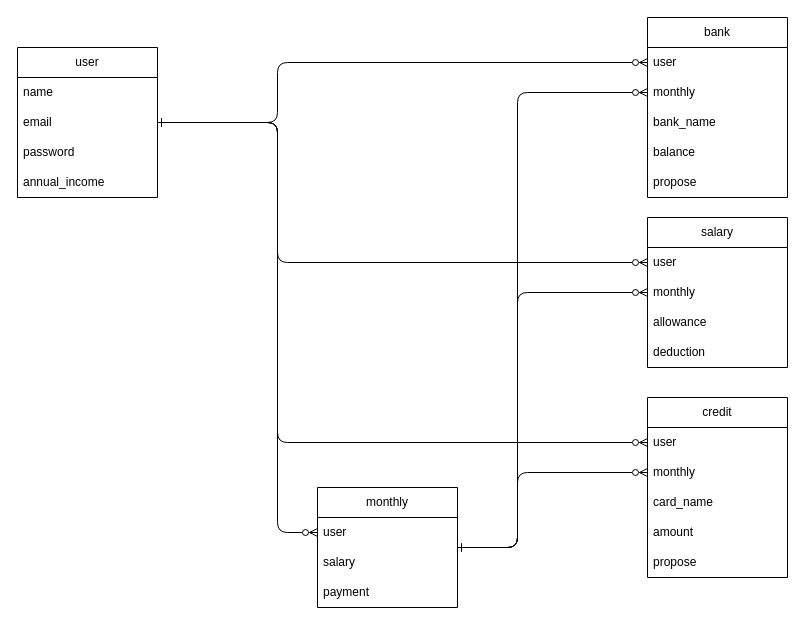
The draw.io diagram home_abbp.dio in Yuya7124/home_abbp, before the edit. Source tidied: cells renumbered, new cells numbered last; positions are measured from the earlier drawing's top-left corner, leaving out a move shared by most shapes. Both pictures are drawn from the tidied source at 100%, with x=0, y=0 at pixel (17, 17).
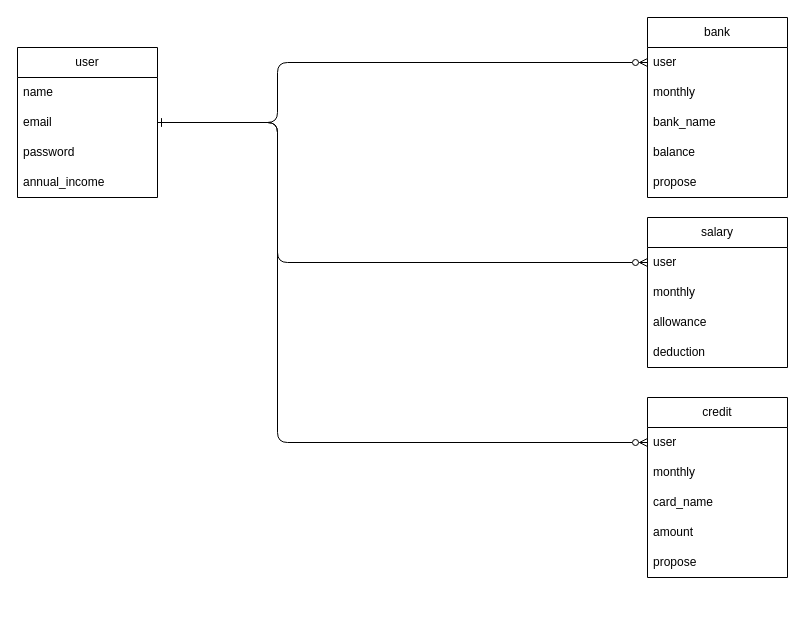
The same diagram, later.

Unchanged cells that the change refers to:
```xml
<mxCell id="6" value="user" style="swimlane;fontStyle=0;horizontal=1;startSize=30;whiteSpace=wrap;html=1;" parent="1" vertex="1">
  <mxGeometry y="30" width="140" height="150" as="geometry" />
</mxCell>
<mxCell id="13" value="monthly" style="text;strokeColor=none;fillColor=none;align=left;verticalAlign=middle;spacingLeft=4;spacingRight=4;overflow=hidden;points=[[0,0.5],[1,0.5]];portConstraint=eastwest;whiteSpace=wrap;html=1;" parent="11" vertex="1">
  <mxGeometry y="60" width="140" height="30" as="geometry" />
</mxCell>
<mxCell id="19" value="monthly" style="text;strokeColor=none;fillColor=none;align=left;verticalAlign=middle;spacingLeft=4;spacingRight=4;overflow=hidden;points=[[0,0.5],[1,0.5]];portConstraint=eastwest;whiteSpace=wrap;html=1;" parent="17" vertex="1">
  <mxGeometry y="60" width="140" height="30" as="geometry" />
</mxCell>
<mxCell id="24" value="monthly" style="text;strokeColor=none;fillColor=none;align=left;verticalAlign=middle;spacingLeft=4;spacingRight=4;overflow=hidden;points=[[0,0.5],[1,0.5]];portConstraint=eastwest;whiteSpace=wrap;html=1;" parent="22" vertex="1">
  <mxGeometry y="60" width="140" height="30" as="geometry" />
</mxCell>
```

Change to the diagram source:
```diff
@@
-    <mxCell id="2" value="monthly" style="swimlane;fontStyle=0;horizontal=1;startSize=30;whiteSpace=wrap;html=1;" parent="1" vertex="1">
-      <mxGeometry x="300" y="470" width="140" height="120" as="geometry" />
-    </mxCell>
-    <mxCell id="3" value="user" style="text;strokeColor=none;fillColor=none;align=left;verticalAlign=middle;spacingLeft=4;spacingRight=4;overflow=hidden;points=[[0,0.5],[1,0.5]];portConstraint=eastwest;whiteSpace=wrap;html=1;" parent="2" vertex="1">
-      <mxGeometry y="30" width="140" height="30" as="geometry" />
-    </mxCell>
-    <mxCell id="4" value="salary" style="text;strokeColor=none;fillColor=none;align=left;verticalAlign=middle;spacingLeft=4;spacingRight=4;overflow=hidden;whiteSpace=wrap;html=1;" parent="2" vertex="1">
-      <mxGeometry y="60" width="140" height="30" as="geometry" />
-    </mxCell>
-    <mxCell id="5" value="payment" style="text;strokeColor=none;fillColor=none;align=left;verticalAlign=middle;spacingLeft=4;spacingRight=4;overflow=hidden;whiteSpace=wrap;html=1;" parent="2" vertex="1">
-      <mxGeometry y="90" width="140" height="30" as="geometry" />
-    </mxCell>
@@
-    <mxCell id="28" style="edgeStyle=none;html=1;startArrow=ERzeroToMany;startFill=0;endArrow=ERone;endFill=0;exitX=0;exitY=0.5;exitDx=0;exitDy=0;" parent="1" edge="1" source="3" target="6">
-      <mxGeometry relative="1" as="geometry">
-        <Array as="points">
-          <mxPoint x="260" y="515" />
-          <mxPoint x="260" y="105" />
-        </Array>
-      </mxGeometry>
-    </mxCell>
@@
-    <mxCell id="32" style="edgeStyle=none;html=1;startArrow=ERzeroToMany;startFill=0;endArrow=ERone;endFill=0;" parent="1" edge="1" source="13" target="2">
-      <mxGeometry relative="1" as="geometry">
-        <Array as="points">
-          <mxPoint x="500" y="75" />
-          <mxPoint x="500" y="530" />
-        </Array>
-      </mxGeometry>
-    </mxCell>
-    <mxCell id="33" style="edgeStyle=none;html=1;startArrow=ERzeroToMany;startFill=0;endArrow=ERone;endFill=0;" parent="1" edge="1" source="19" target="2">
-      <mxGeometry relative="1" as="geometry">
-        <Array as="points">
-          <mxPoint x="500" y="275" />
-          <mxPoint x="500" y="530" />
-        </Array>
-      </mxGeometry>
-    </mxCell>
-    <mxCell id="34" style="edgeStyle=none;html=1;startArrow=ERzeroToMany;startFill=0;endArrow=ERone;endFill=0;" parent="1" edge="1" source="24" target="2">
-      <mxGeometry relative="1" as="geometry">
-        <Array as="points">
-          <mxPoint x="500" y="455" />
-          <mxPoint x="500" y="530" />
-        </Array>
-      </mxGeometry>
-    </mxCell>
```
